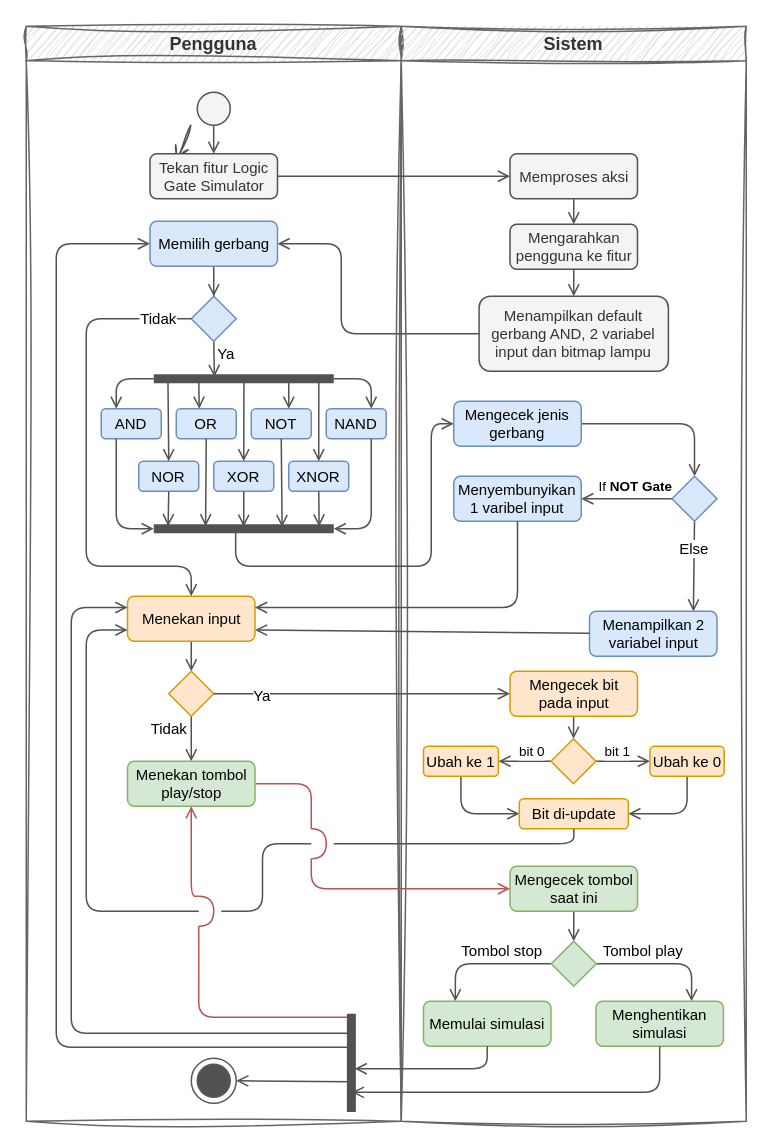
Before: Activity Diagram (Simulasi Gerbang Logika).drawio in dans609/diagrams_net, a draw.io diagram. Source tidied: cells renumbered, new cells numbered last; positions are measured from the earlier drawing's top-left corner, leaving out a move shared by most shapes. Both pictures are drawn from the tidied source at 150%, with x=0, y=0 at pixel (26, 26).
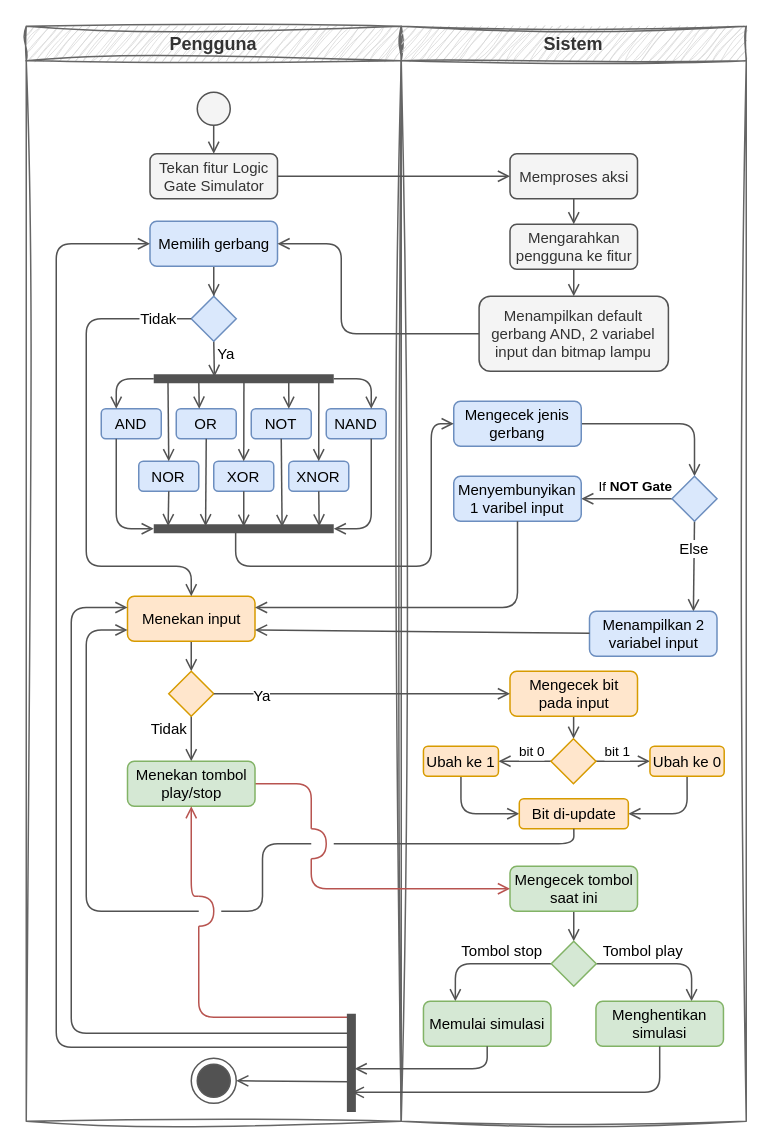
The same diagram, later.

Commit message:
Delete unused connector

The change refers to these unchanged cells:
```xml
<mxCell id="2" value="Pengguna" style="swimlane;whiteSpace=wrap;html=1;fontFamily=Ubuntu;rounded=0;swimlaneFillColor=none;glass=0;shadow=0;fillColor=#D6D6D6;fontColor=#333333;strokeColor=#666666;sketch=1;curveFitting=1;jiggle=2;" parent="1" vertex="1">
  <mxGeometry width="250" height="730" as="geometry" />
</mxCell>
```

The edit, as a diff of the source:
```diff
@@
-    <mxCell id="3" style="html=1;verticalAlign=bottom;endArrow=open;endSize=8;strokeColor=#525252;rounded=0;strokeWidth=1;fillColor=#eeeeee;exitX=0.491;exitY=0.867;exitDx=0;exitDy=0;exitPerimeter=0;entryX=0.5;entryY=0;entryDx=0;entryDy=0;fontColor=#333333;sketch=1;curveFitting=1;jiggle=2;" parent="2" edge="1">
-      <mxGeometry relative="1" as="geometry">
-        <mxPoint x="109.7" y="66" as="sourcePoint" />
-        <mxPoint x="100" y="90" as="targetPoint" />
-      </mxGeometry>
-    </mxCell>
```
